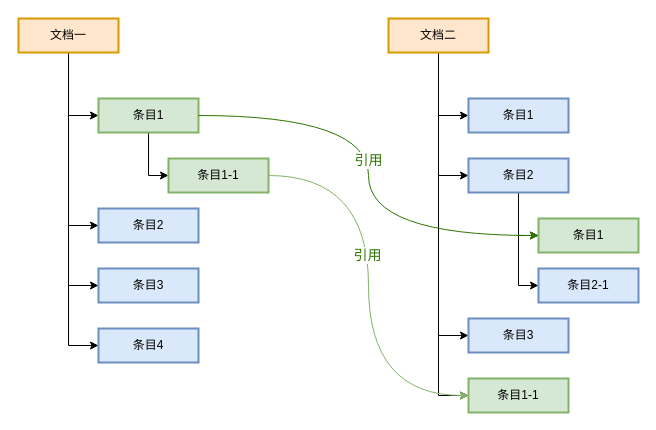
The draw.io diagram 条目引用.drawio in ColinCongDu/chart, before the edit. Source tidied: cells renumbered, new cells numbered last; positions are measured from the earlier drawing's top-left corner, leaving out a move shared by most shapes. Both pictures are drawn from the tidied source at 100%, with x=0, y=0 at pixel (18, 18).
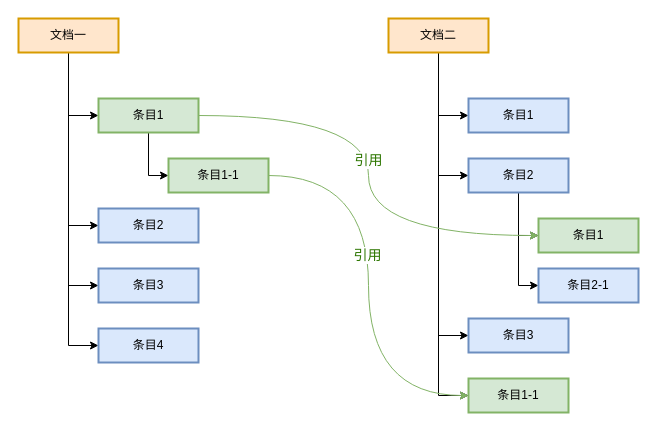
The same diagram, later.

Commit message (it also covers changes not shown here):
更新条目引用.drawio

Unchanged cells that the change refers to:
```xml
<mxCell id="9" value="条目1" style="whiteSpace=wrap;strokeWidth=2;fillColor=#d5e8d4;strokeColor=#82b366;" parent="2" vertex="1">
  <mxGeometry x="80" y="80" width="100" height="34" as="geometry" />
</mxCell>
<mxCell id="26" value="条目1" style="whiteSpace=wrap;strokeWidth=2;fillColor=#d5e8d4;strokeColor=#82b366;" parent="14" vertex="1">
  <mxGeometry x="150" y="200" width="100" height="34" as="geometry" />
</mxCell>
```

Diff of the diagram source:
```diff
@@
-    <mxCell id="30" style="rounded=0;jettySize=auto;html=1;exitX=1;exitY=0.5;exitDx=0;exitDy=0;entryX=0;entryY=0.5;entryDx=0;entryDy=0;edgeStyle=orthogonalEdgeStyle;curved=1;strokeColor=#2D7600;align=center;verticalAlign=middle;fontFamily=Helvetica;fontSize=11;fontColor=default;labelBackgroundColor=default;endArrow=classic;fillColor=#60a917;" parent="1" edge="1" source="9" target="26">
+    <mxCell id="30" style="rounded=0;jettySize=auto;html=1;exitX=1;exitY=0.5;exitDx=0;exitDy=0;entryX=0;entryY=0.5;entryDx=0;entryDy=0;edgeStyle=orthogonalEdgeStyle;curved=1;strokeColor=#82b366;align=center;verticalAlign=middle;fontFamily=Helvetica;fontSize=11;fontColor=default;labelBackgroundColor=default;endArrow=classic;fillColor=#d5e8d4;" parent="1" edge="1" source="9" target="26">
       <mxGeometry relative="1" as="geometry" />
     </mxCell>
```
